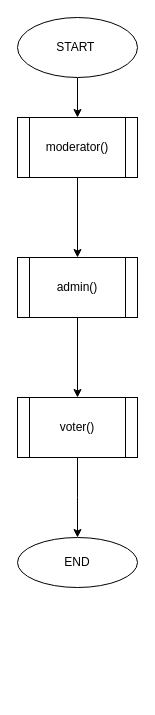
aqilanwar/vote301 keeps this draw.io diagram as page "Page-1" (1 of 8) of Flowchart.drawio. Above is the earlier version. Source tidied: cells renumbered, new cells numbered last; positions are measured from the earlier drawing's top-left corner, leaving out a move shared by most shapes. Both pictures are drawn from the tidied source at 100%, with x=0, y=0 at pixel (17, 17).
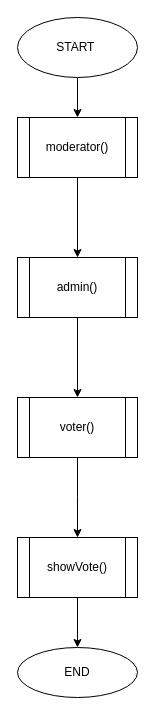
Above is the later version.

Change to the diagram source:
```diff
@@
 <mxGraphModel>
   <root>
     <mxCell id="0" />
     <mxCell id="1" parent="0" />
     <mxCell id="2" style="edgeStyle=orthogonalEdgeStyle;rounded=0;jettySize=auto;html=1;" parent="1" edge="1" source="3" target="5">
       <mxGeometry relative="1" as="geometry" />
     </mxCell>
     <mxCell id="3" value="START&amp;nbsp;" style="ellipse;whiteSpace=wrap;html=1;" parent="1" vertex="1">
       <mxGeometry width="120" height="60" as="geometry" />
     </mxCell>
     <mxCell id="4" style="edgeStyle=orthogonalEdgeStyle;rounded=0;jettySize=auto;html=1;" parent="1" edge="1" source="5" target="7">
       <mxGeometry relative="1" as="geometry" />
     </mxCell>
     <mxCell id="5" value="moderator()" style="shape=process;whiteSpace=wrap;html=1;backgroundOutline=1;" parent="1" vertex="1">
       <mxGeometry y="100" width="120" height="60" as="geometry" />
     </mxCell>
     <mxCell id="6" style="edgeStyle=orthogonalEdgeStyle;rounded=0;jettySize=auto;html=1;" parent="1" edge="1" source="7" target="9">
       <mxGeometry relative="1" as="geometry" />
     </mxCell>
     <mxCell id="7" value="admin()" style="shape=process;whiteSpace=wrap;html=1;backgroundOutline=1;" parent="1" vertex="1">
       <mxGeometry y="240" width="120" height="60" as="geometry" />
     </mxCell>
     <mxCell id="8" style="edgeStyle=orthogonalEdgeStyle;rounded=0;jettySize=auto;html=1;" parent="1" edge="1" source="9">
       <mxGeometry relative="1" as="geometry">
         <mxPoint x="60" y="520" as="targetPoint" />
       </mxGeometry>
     </mxCell>
     <mxCell id="9" value="voter()" style="shape=process;whiteSpace=wrap;html=1;backgroundOutline=1;" parent="1" vertex="1">
       <mxGeometry y="380" width="120" height="60" as="geometry" />
     </mxCell>
     <mxCell id="10" value="END" style="ellipse;whiteSpace=wrap;html=1;" parent="1" vertex="1">
-      <mxGeometry y="520" width="120" height="50" as="geometry" />
+      <mxGeometry y="630" width="120" height="50" as="geometry" />
     </mxCell>
+    <mxCell id="11" style="edgeStyle=orthogonalEdgeStyle;rounded=0;jettySize=auto;html=1;" parent="1" edge="1" source="12" target="10">
+      <mxGeometry relative="1" as="geometry" />
+    </mxCell>
+    <mxCell id="12" value="showVote()" style="shape=process;whiteSpace=wrap;html=1;backgroundOutline=1;" parent="1" vertex="1">
+      <mxGeometry y="520" width="120" height="60" as="geometry" />
+    </mxCell>
   </root>
 </mxGraphModel>
```
